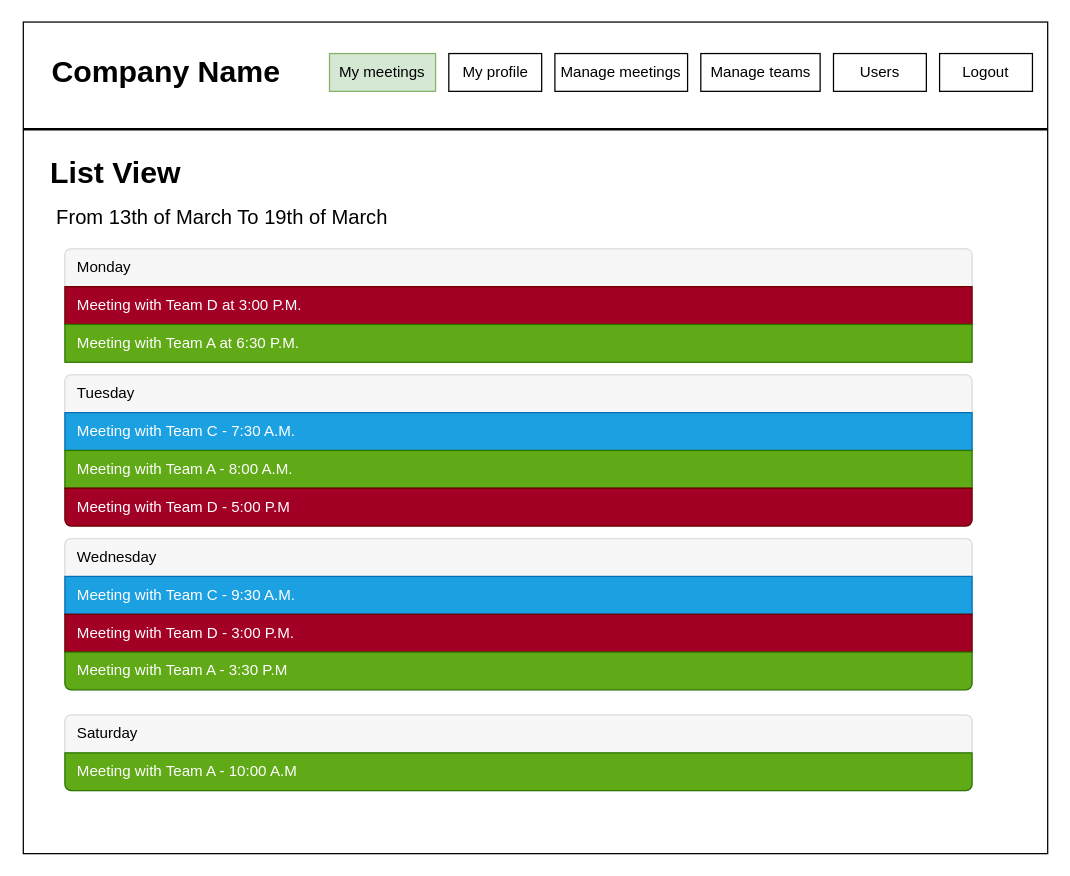
Earlier version of the draw.io diagram Dokumentáció/DrawIO files/my_meetings_list.drawio (gyorkistamas/afp2-2023-tavasz-stopinventing). Source tidied: cells renumbered, new cells numbered last; positions are measured from the earlier drawing's top-left corner, leaving out a move shared by most shapes. Both pictures are drawn from the tidied source at 126%, with x=0, y=0 at pixel (23, 21).
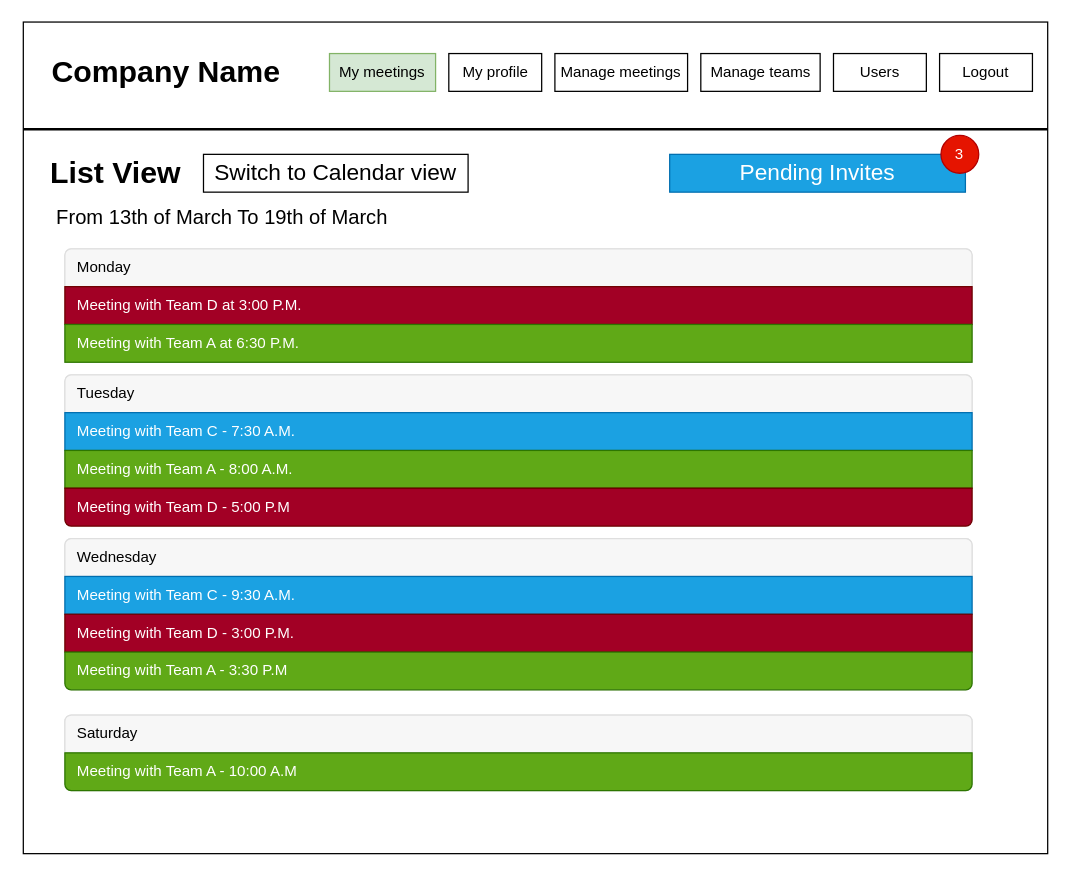
After the change.

What changed in the source:
```diff
@@
+    <mxCell id="30" value="&lt;font style=&quot;font-size: 18px;&quot;&gt;Switch to Calendar view&lt;/font&gt;" style="rounded=0;whiteSpace=wrap;html=1;" parent="1" vertex="1">
+      <mxGeometry x="143" y="105" width="210" height="30" as="geometry" />
+    </mxCell>
+    <mxCell id="31" style="group;" parent="1" vertex="1">
+      <mxGeometry x="553" y="90" width="205.3" height="45" as="geometry" />
+    </mxCell>
+    <mxCell id="32" value="&lt;font style=&quot;font-size: 18px;&quot;&gt;Pending Invites&lt;/font&gt;" style="rounded=0;whiteSpace=wrap;html=1;fillColor=#1ba1e2;fontColor=#ffffff;strokeColor=#006EAF;" parent="31" vertex="1">
+      <mxGeometry x="-40" y="15" width="234.7" height="30" as="geometry" />
+    </mxCell>
+    <mxCell id="33" value="3" style="ellipse;whiteSpace=wrap;html=1;fillColor=#e51400;fontColor=#ffffff;strokeColor=#B20000;" parent="31" vertex="1">
+      <mxGeometry x="175.3" width="30" height="30" as="geometry" />
+    </mxCell>
```
